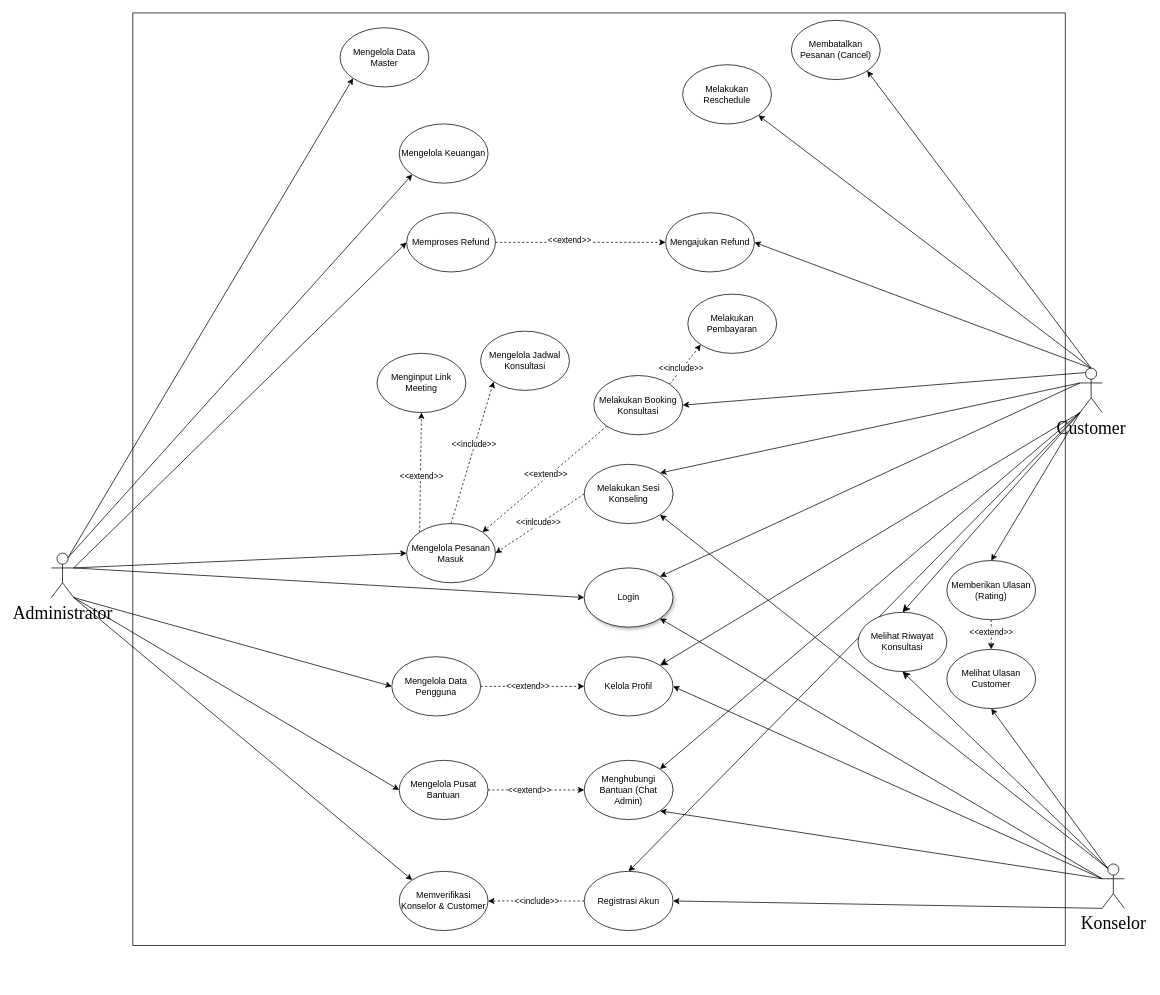
UlulAzmiALatala/moodly-app keeps this draw.io diagram as Use Case Diagram.drawio. Above is the earlier version. Source tidied: cells renumbered, new cells numbered last; positions are measured from the earlier drawing's top-left corner, leaving out a move shared by most shapes. Both pictures are drawn from the tidied source at 74%, with x=0, y=0 at pixel (51, 13).
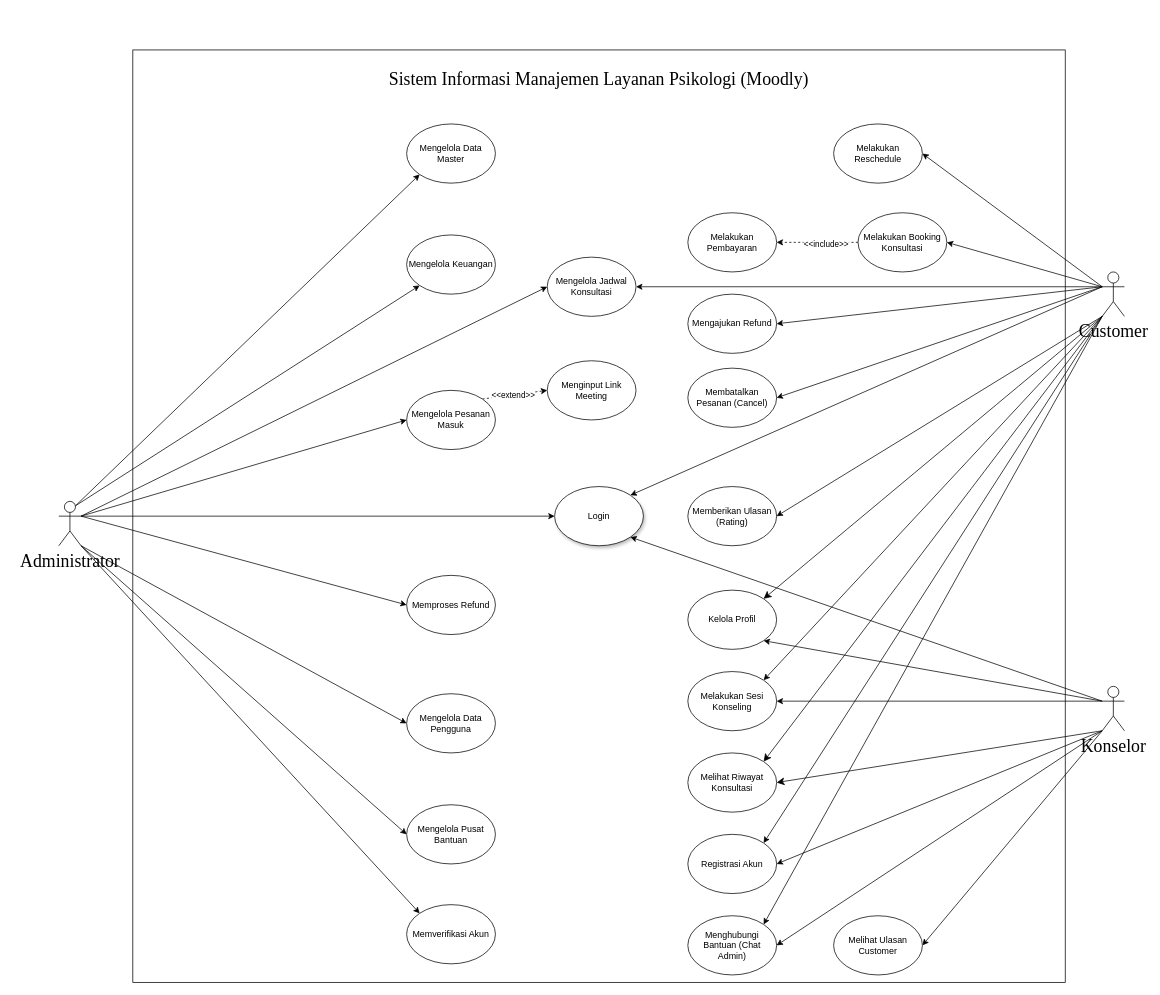
The same page after the edit.

The edit, as a diff of the source:
```diff
@@
     <mxCell id="2" style="whiteSpace=wrap;html=1;flipV=0;legacyAnchorPoints=0;flipH=1;" parent="1" vertex="1">
-      <mxGeometry x="110" width="1260" height="1260" as="geometry" />
+      <mxGeometry x="110" y="50" width="1260" height="1260" as="geometry" />
     </mxCell>
-    <mxCell id="3" style="rounded=0;jettySize=auto;html=1;exitX=0.25;exitY=0.1;exitDx=0;exitDy=0;exitPerimeter=0;entryX=1;entryY=0.5;entryDx=0;entryDy=0;" parent="1" edge="1" source="14" target="24">
-      <mxGeometry relative="1" as="geometry" />
+    <mxCell id="3" style="rounded=0;jettySize=auto;html=1;entryX=1;entryY=0.5;entryDx=0;entryDy=0;" parent="1" edge="1" target="24">
+      <mxGeometry relative="1" as="geometry">
+        <mxPoint x="1420" y="370" as="sourcePoint" />
+      </mxGeometry>
     </mxCell>
-    <mxCell id="4" style="rounded=0;jettySize=auto;html=1;exitX=0;exitY=0.3333333333333333;exitDx=0;exitDy=0;exitPerimeter=0;entryX=1;entryY=0;entryDx=0;entryDy=0;" parent="1" edge="1" source="14" target="27">
+    <mxCell id="4" style="rounded=0;jettySize=auto;html=1;exitX=0;exitY=1;exitDx=0;exitDy=0;exitPerimeter=0;entryX=1;entryY=0;entryDx=0;entryDy=0;" parent="1" edge="1" source="14" target="27">
       <mxGeometry relative="1" as="geometry" />
     </mxCell>
-    <mxCell id="5" style="rounded=0;jettySize=auto;html=1;exitX=0.5;exitY=0;exitDx=0;exitDy=0;exitPerimeter=0;entryX=1;entryY=1;entryDx=0;entryDy=0;" parent="1" edge="1" source="14" target="30">
+    <mxCell id="5" style="rounded=0;jettySize=auto;html=1;exitX=0;exitY=0.3333333333333333;exitDx=0;exitDy=0;exitPerimeter=0;entryX=1;entryY=0.5;entryDx=0;entryDy=0;" parent="1" edge="1" source="14" target="30">
       <mxGeometry relative="1" as="geometry" />
     </mxCell>
-    <mxCell id="6" style="rounded=0;jettySize=auto;html=1;exitX=0;exitY=1;exitDx=0;exitDy=0;exitPerimeter=0;entryX=0.5;entryY=0;entryDx=0;entryDy=0;" parent="1" edge="1" source="14" target="33">
+    <mxCell id="6" style="rounded=0;jettySize=auto;html=1;exitX=0;exitY=1;exitDx=0;exitDy=0;exitPerimeter=0;entryX=1;entryY=0.5;entryDx=0;entryDy=0;" parent="1" edge="1" source="14" target="33">
       <mxGeometry relative="1" as="geometry" />
     </mxCell>
@@
-    <mxCell id="8" style="rounded=0;jettySize=auto;html=1;exitX=0;exitY=1;exitDx=0;exitDy=0;exitPerimeter=0;entryX=0.5;entryY=0;entryDx=0;entryDy=0;" parent="1" edge="1" source="14" target="19">
+    <mxCell id="8" style="rounded=0;jettySize=auto;html=1;exitX=0;exitY=1;exitDx=0;exitDy=0;exitPerimeter=0;entryX=1;entryY=0;entryDx=0;entryDy=0;" parent="1" edge="1" source="14" target="19">
       <mxGeometry relative="1" as="geometry" />
     </mxCell>
@@
-    <mxCell id="10" style="rounded=0;jettySize=auto;html=1;exitX=0.5;exitY=0;exitDx=0;exitDy=0;exitPerimeter=0;entryX=1;entryY=1;entryDx=0;entryDy=0;" parent="1" edge="1" source="14" target="16">
+    <mxCell id="10" style="rounded=0;jettySize=auto;html=1;exitX=0;exitY=0.3333333333333333;exitDx=0;exitDy=0;exitPerimeter=0;entryX=1;entryY=0.5;entryDx=0;entryDy=0;" parent="1" edge="1" source="14" target="16">
       <mxGeometry relative="1" as="geometry" />
     </mxCell>
-    <mxCell id="11" style="rounded=0;jettySize=auto;html=1;exitX=0.5;exitY=0;exitDx=0;exitDy=0;exitPerimeter=0;entryX=1;entryY=0.5;entryDx=0;entryDy=0;" parent="1" edge="1" source="14" target="43">
+    <mxCell id="11" style="rounded=0;jettySize=auto;html=1;exitX=0;exitY=0.3333333333333333;exitDx=0;exitDy=0;exitPerimeter=0;entryX=1;entryY=0.5;entryDx=0;entryDy=0;" parent="1" edge="1" source="14" target="43">
       <mxGeometry relative="1" as="geometry" />
     </mxCell>
@@
-    <mxCell id="13" style="edgeStyle=none;curved=1;rounded=0;jettySize=auto;html=1;exitX=0;exitY=1;exitDx=0;exitDy=0;exitPerimeter=0;entryX=0.5;entryY=0;entryDx=0;entryDy=0;fontSize=12;startSize=8;endSize=8;" parent="1" edge="1" source="14" target="54">
+    <mxCell id="13" style="edgeStyle=none;curved=1;rounded=0;jettySize=auto;html=1;exitX=0;exitY=1;exitDx=0;exitDy=0;exitPerimeter=0;entryX=1;entryY=0;entryDx=0;entryDy=0;fontSize=12;startSize=8;endSize=8;" parent="1" edge="1" source="14" target="54">
       <mxGeometry relative="1" as="geometry" />
     </mxCell>
     <mxCell id="14" value="&lt;font face=&quot;Times New Roman&quot; style=&quot;font-size: 24px;&quot;&gt;Customer&lt;/font&gt;" style="shape=umlActor;verticalLabelPosition=bottom;verticalAlign=top;html=1;outlineConnect=0;" parent="1" vertex="1">
-      <mxGeometry x="1390" y="480" width="30" height="60" as="geometry" />
+      <mxGeometry x="1420" y="350" width="30" height="60" as="geometry" />
     </mxCell>
     <mxCell id="15" value="Login" style="ellipse;whiteSpace=wrap;html=1;shadow=1;" parent="1" vertex="1">
-      <mxGeometry x="720" y="750" width="120" height="80" as="geometry" />
+      <mxGeometry x="680" y="640" width="120" height="80" as="geometry" />
     </mxCell>
     <mxCell id="16" value="Melakukan Reschedule" style="ellipse;whiteSpace=wrap;html=1;" parent="1" vertex="1">
-      <mxGeometry x="853" y="70" width="120" height="80" as="geometry" />
+      <mxGeometry x="1057" y="150" width="120" height="80" as="geometry" />
     </mxCell>
-    <mxCell id="17" style="rounded=0;jettySize=auto;html=1;exitX=0;exitY=0.5;exitDx=0;exitDy=0;entryX=1;entryY=0.5;entryDx=0;entryDy=0;dashed=1;" parent="1" edge="1" source="19" target="65">
-      <mxGeometry relative="1" as="geometry" />
-    </mxCell>
-    <mxCell id="18" value="&amp;lt;&amp;lt;include&amp;gt;&amp;gt;" style="edgeLabel;html=1;align=center;verticalAlign=middle;" parent="17" vertex="1">
-      <mxGeometry y="2" relative="1" as="geometry">
-        <mxPoint y="-2" as="offset" />
-      </mxGeometry>
-    </mxCell>
     <mxCell id="19" value="Registrasi Akun" style="ellipse;whiteSpace=wrap;html=1;" parent="1" vertex="1">
-      <mxGeometry x="720" y="1160" width="120" height="80" as="geometry" />
+      <mxGeometry x="860" y="1110" width="120" height="80" as="geometry" />
     </mxCell>
-    <mxCell id="20" style="rounded=0;jettySize=auto;html=1;entryX=0;entryY=1;entryDx=0;entryDy=0;dashed=1;exitX=1;exitY=0;exitDx=0;exitDy=0;" parent="1" edge="1" source="24" target="29">
+    <mxCell id="20" style="rounded=0;jettySize=auto;html=1;entryX=1;entryY=0.5;entryDx=0;entryDy=0;dashed=1;exitX=0;exitY=0.5;exitDx=0;exitDy=0;" parent="1" edge="1" source="24" target="29">
       <mxGeometry relative="1" as="geometry" />
     </mxCell>
@@
-    <mxCell id="22" style="rounded=0;jettySize=auto;html=1;exitX=0;exitY=1;exitDx=0;exitDy=0;entryX=1;entryY=0;entryDx=0;entryDy=0;dashed=1;" parent="1" edge="1" source="24" target="63">
-      <mxGeometry relative="1" as="geometry" />
-    </mxCell>
-    <mxCell id="23" value="&amp;lt;&amp;lt;extend&amp;gt;&amp;gt;" style="edgeLabel;html=1;align=center;verticalAlign=middle;" parent="22" vertex="1">
-      <mxGeometry x="-0.04" y="-3" relative="1" as="geometry">
-        <mxPoint y="-1" as="offset" />
-      </mxGeometry>
-    </mxCell>
     <mxCell id="24" value="Melakukan Booking Konsultasi" style="ellipse;whiteSpace=wrap;html=1;" parent="1" vertex="1">
-      <mxGeometry x="733" y="490" width="120" height="80" as="geometry" />
+      <mxGeometry x="1090" y="270" width="120" height="80" as="geometry" />
     </mxCell>
-    <mxCell id="25" style="rounded=0;jettySize=auto;html=1;exitX=0;exitY=0.5;exitDx=0;exitDy=0;entryX=1;entryY=0.5;entryDx=0;entryDy=0;dashed=1;" parent="1" edge="1" source="27" target="63">
-      <mxGeometry relative="1" as="geometry" />
-    </mxCell>
-    <mxCell id="26" value="&amp;lt;&amp;lt;inlcude&amp;gt;&amp;gt;" style="edgeLabel;html=1;align=center;verticalAlign=middle;" parent="25" vertex="1">
-      <mxGeometry y="-2" relative="1" as="geometry">
-        <mxPoint x="-1" as="offset" />
-      </mxGeometry>
-    </mxCell>
-    <mxCell id="27" value="&lt;p&gt;Melakukan Sesi Konseling&lt;/p&gt;" style="ellipse;whiteSpace=wrap;html=1;" parent="1" vertex="1">
-      <mxGeometry x="720" y="610" width="120" height="80" as="geometry" />
-    </mxCell>
     <mxCell id="28" value="Kelola Profil" style="ellipse;whiteSpace=wrap;html=1;" parent="1" vertex="1">
-      <mxGeometry x="720" y="870" width="120" height="80" as="geometry" />
+      <mxGeometry x="860" y="780" width="120" height="80" as="geometry" />
     </mxCell>
     <mxCell id="29" value="Melakukan Pembayaran" style="ellipse;whiteSpace=wrap;html=1;" parent="1" vertex="1">
-      <mxGeometry x="860" y="380" width="120" height="80" as="geometry" />
+      <mxGeometry x="860" y="270" width="120" height="80" as="geometry" />
     </mxCell>
     <mxCell id="30" value="Membatalkan Pesanan (Cancel)" style="ellipse;whiteSpace=wrap;html=1;" parent="1" vertex="1">
-      <mxGeometry x="1000" y="10" width="120" height="80" as="geometry" />
+      <mxGeometry x="860" y="480" width="120" height="80" as="geometry" />
     </mxCell>
-    <mxCell id="31" style="rounded=0;jettySize=auto;html=1;exitX=0.5;exitY=1;exitDx=0;exitDy=0;entryX=0.5;entryY=0;entryDx=0;entryDy=0;dashed=1;" parent="1" edge="1" source="33" target="52">
-      <mxGeometry relative="1" as="geometry" />
-    </mxCell>
-    <mxCell id="32" value="&amp;lt;&amp;lt;extend&amp;gt;&amp;gt;" style="edgeLabel;html=1;align=center;verticalAlign=middle;" parent="31" vertex="1">
-      <mxGeometry x="-0.14" y="-1" relative="1" as="geometry">
-        <mxPoint y="-1" as="offset" />
-      </mxGeometry>
-    </mxCell>
     <mxCell id="33" value="Memberikan Ulasan (Rating)" style="ellipse;whiteSpace=wrap;html=1;" parent="1" vertex="1">
-      <mxGeometry x="1210" y="740" width="120" height="80" as="geometry" />
+      <mxGeometry x="860" y="640" width="120" height="80" as="geometry" />
     </mxCell>
     <mxCell id="34" style="edgeStyle=orthogonalEdgeStyle;rounded=0;orthogonalLoop=1;jettySize=auto;html=1;exitX=0.5;exitY=1;exitDx=0;exitDy=0;" parent="1" edge="1">
       <mxGeometry relative="1" as="geometry">
-        <mxPoint x="1120" y="390" as="sourcePoint" />
-        <mxPoint x="1120" y="390" as="targetPoint" />
+        <mxPoint x="1120" y="440" as="sourcePoint" />
+        <mxPoint x="1120" y="440" as="targetPoint" />
       </mxGeometry>
     </mxCell>
@@
-    <mxCell id="36" style="rounded=0;jettySize=auto;html=1;exitX=0;exitY=0.3333333333333333;exitDx=0;exitDy=0;exitPerimeter=0;entryX=1;entryY=0.5;entryDx=0;entryDy=0;" parent="1" edge="1" source="42" target="28">
+    <mxCell id="36" style="rounded=0;jettySize=auto;html=1;exitX=0;exitY=0.3333333333333333;exitDx=0;exitDy=0;exitPerimeter=0;entryX=1;entryY=1;entryDx=0;entryDy=0;" parent="1" edge="1" source="42" target="28">
       <mxGeometry relative="1" as="geometry" />
     </mxCell>
-    <mxCell id="37" style="rounded=0;jettySize=auto;html=1;exitX=0.25;exitY=0.1;exitDx=0;exitDy=0;exitPerimeter=0;entryX=0.5;entryY=1;entryDx=0;entryDy=0;" parent="1" edge="1" source="42" target="52">
+    <mxCell id="37" style="rounded=0;jettySize=auto;html=1;exitX=0;exitY=1;exitDx=0;exitDy=0;exitPerimeter=0;entryX=1;entryY=0.5;entryDx=0;entryDy=0;" parent="1" edge="1" source="42" target="52">
       <mxGeometry relative="1" as="geometry" />
     </mxCell>
@@
-    <mxCell id="39" style="rounded=0;jettySize=auto;html=1;exitX=0;exitY=0.3333333333333333;exitDx=0;exitDy=0;exitPerimeter=0;entryX=1;entryY=1;entryDx=0;entryDy=0;" parent="1" edge="1" source="42" target="73">
+    <mxCell id="39" style="rounded=0;jettySize=auto;html=1;exitX=0;exitY=1;exitDx=0;exitDy=0;exitPerimeter=0;entryX=1;entryY=0.5;entryDx=0;entryDy=0;" parent="1" edge="1" source="42" target="73">
       <mxGeometry relative="1" as="geometry" />
     </mxCell>
-    <mxCell id="40" style="rounded=0;jettySize=auto;html=1;exitX=0.25;exitY=0.1;exitDx=0;exitDy=0;exitPerimeter=0;entryX=1;entryY=1;entryDx=0;entryDy=0;" parent="1" edge="1" source="42" target="27">
+    <mxCell id="40" style="rounded=0;jettySize=auto;html=1;exitX=0;exitY=0.3333333333333333;exitDx=0;exitDy=0;exitPerimeter=0;entryX=1;entryY=0.5;entryDx=0;entryDy=0;" parent="1" edge="1" source="42" target="27">
       <mxGeometry relative="1" as="geometry" />
     </mxCell>
-    <mxCell id="41" style="edgeStyle=none;curved=1;rounded=0;jettySize=auto;html=1;exitX=0.25;exitY=0.1;exitDx=0;exitDy=0;exitPerimeter=0;entryX=0.5;entryY=1;entryDx=0;entryDy=0;fontSize=12;startSize=8;endSize=8;" parent="1" edge="1" source="42" target="54">
+    <mxCell id="41" style="edgeStyle=none;curved=1;rounded=0;jettySize=auto;html=1;exitX=0;exitY=1;exitDx=0;exitDy=0;exitPerimeter=0;entryX=1;entryY=0.5;entryDx=0;entryDy=0;fontSize=12;startSize=8;endSize=8;" parent="1" edge="1" source="42" target="54">
       <mxGeometry relative="1" as="geometry" />
     </mxCell>
     <mxCell id="42" value="&lt;font face=&quot;Times New Roman&quot; style=&quot;font-size: 24px;&quot;&gt;Konselor&lt;/font&gt;" style="shape=umlActor;verticalLabelPosition=bottom;verticalAlign=top;html=1;outlineConnect=0;" parent="1" vertex="1">
-      <mxGeometry x="1420" y="1150" width="30" height="60" as="geometry" />
+      <mxGeometry x="1420" y="910" width="30" height="60" as="geometry" />
     </mxCell>
     <mxCell id="43" value="Mengajukan Refund" style="ellipse;whiteSpace=wrap;html=1;" parent="1" vertex="1">
-      <mxGeometry x="830" y="270" width="120" height="80" as="geometry" />
+      <mxGeometry x="860" y="380" width="120" height="80" as="geometry" />
     </mxCell>
@@
     <mxCell id="51" value="&lt;font face=&quot;Times New Roman&quot; style=&quot;font-size: 24px;&quot;&gt;Administrator&lt;/font&gt;" style="shape=umlActor;verticalLabelPosition=bottom;verticalAlign=top;html=1;outlineConnect=0;" parent="1" vertex="1">
-      <mxGeometry y="730" width="30" height="60" as="geometry" />
+      <mxGeometry x="10" y="660" width="30" height="60" as="geometry" />
     </mxCell>
     <mxCell id="52" value="Melihat Ulasan Customer" style="ellipse;whiteSpace=wrap;html=1;" parent="1" vertex="1">
-      <mxGeometry x="1210" y="860" width="120" height="80" as="geometry" />
+      <mxGeometry x="1057" y="1220" width="120" height="80" as="geometry" />
     </mxCell>
     <mxCell id="53" value="Mengelola Jadwal Konsultasi" style="ellipse;whiteSpace=wrap;html=1;" parent="1" vertex="1">
-      <mxGeometry x="580" y="430" width="120" height="80" as="geometry" />
+      <mxGeometry x="670" y="330" width="120" height="80" as="geometry" />
     </mxCell>
     <mxCell id="54" value="Melihat Riwayat Konsultasi" style="ellipse;whiteSpace=wrap;html=1;" parent="1" vertex="1">
-      <mxGeometry x="1090" y="810" width="120" height="80" as="geometry" />
+      <mxGeometry x="860" y="1000" width="120" height="80" as="geometry" />
     </mxCell>
-    <mxCell id="55" style="rounded=0;jettySize=auto;html=1;exitX=1;exitY=0.5;exitDx=0;exitDy=0;entryX=0;entryY=0.5;entryDx=0;entryDy=0;dashed=1;" parent="1" edge="1" source="57" target="28">
-      <mxGeometry relative="1" as="geometry" />
-    </mxCell>
-    <mxCell id="56" value="&amp;lt;&amp;lt;extend&amp;gt;&amp;gt;" style="edgeLabel;html=1;align=center;verticalAlign=middle;" parent="55" vertex="1">
-      <mxGeometry x="-0.08" y="1" relative="1" as="geometry">
-        <mxPoint x="-1" as="offset" />
-      </mxGeometry>
-    </mxCell>
     <mxCell id="57" value="Mengelola Data Pengguna" style="ellipse;whiteSpace=wrap;html=1;" parent="1" vertex="1">
-      <mxGeometry x="460" y="870" width="120" height="80" as="geometry" />
+      <mxGeometry x="480" y="920" width="120" height="80" as="geometry" />
     </mxCell>
     <mxCell id="58" value="Mengelola Data Master" style="ellipse;whiteSpace=wrap;html=1;" parent="1" vertex="1">
-      <mxGeometry x="390" y="20" width="120" height="80" as="geometry" />
+      <mxGeometry x="480" y="150" width="120" height="80" as="geometry" />
     </mxCell>
-    <mxCell id="59" style="rounded=0;jettySize=auto;html=1;exitX=0;exitY=0;exitDx=0;exitDy=0;entryX=0.5;entryY=1;entryDx=0;entryDy=0;dashed=1;" parent="1" edge="1" source="63" target="64">
+    <mxCell id="59" style="rounded=0;jettySize=auto;html=1;exitX=1;exitY=0;exitDx=0;exitDy=0;entryX=0;entryY=0.5;entryDx=0;entryDy=0;dashed=1;" parent="1" edge="1" source="63" target="64">
       <mxGeometry relative="1" as="geometry" />
     </mxCell>
@@
-    <mxCell id="61" style="rounded=0;jettySize=auto;html=1;exitX=0.5;exitY=0;exitDx=0;exitDy=0;entryX=0;entryY=1;entryDx=0;entryDy=0;dashed=1;" parent="1" edge="1" source="63" target="53">
+    <mxCell id="61" style="rounded=0;jettySize=auto;html=1;exitX=1;exitY=0.3333333333333333;exitDx=0;exitDy=0;exitPerimeter=0;entryX=0;entryY=0.5;entryDx=0;entryDy=0;" parent="1" edge="1" source="51" target="53">
       <mxGeometry relative="1" as="geometry" />
     </mxCell>
-    <mxCell id="62" value="&amp;lt;&amp;lt;include&amp;gt;&amp;gt;" style="edgeLabel;html=1;align=center;verticalAlign=middle;" parent="61" vertex="1">
-      <mxGeometry x="0.12" y="2" relative="1" as="geometry" />
-    </mxCell>
     <mxCell id="63" value="Mengelola Pesanan Masuk" style="ellipse;whiteSpace=wrap;html=1;" parent="1" vertex="1">
-      <mxGeometry x="480" y="690" width="120" height="80" as="geometry" />
+      <mxGeometry x="480" y="510" width="120" height="80" as="geometry" />
     </mxCell>
     <mxCell id="64" value="Menginput Link Meeting" style="ellipse;whiteSpace=wrap;html=1;" parent="1" vertex="1">
-      <mxGeometry x="440" y="460" width="120" height="80" as="geometry" />
+      <mxGeometry x="670" y="470" width="120" height="80" as="geometry" />
     </mxCell>
-    <mxCell id="65" value="Memverifikasi Konselor &amp;amp; Customer" style="ellipse;whiteSpace=wrap;html=1;" parent="1" vertex="1">
-      <mxGeometry x="470" y="1160" width="120" height="80" as="geometry" />
+    <mxCell id="65" value="Memverifikasi Akun" style="ellipse;whiteSpace=wrap;html=1;" parent="1" vertex="1">
+      <mxGeometry x="480" y="1205" width="120" height="80" as="geometry" />
     </mxCell>
-    <mxCell id="66" style="rounded=0;jettySize=auto;html=1;exitX=1;exitY=0.5;exitDx=0;exitDy=0;entryX=0;entryY=0.5;entryDx=0;entryDy=0;dashed=1;" parent="1" edge="1" source="68" target="73">
-      <mxGeometry relative="1" as="geometry" />
-    </mxCell>
-    <mxCell id="67" value="&amp;lt;&amp;lt;extend&amp;gt;&amp;gt;" style="edgeLabel;html=1;align=center;verticalAlign=middle;" parent="66" vertex="1">
-      <mxGeometry x="-0.14" y="1" relative="1" as="geometry">
-        <mxPoint x="-1" as="offset" />
-      </mxGeometry>
-    </mxCell>
     <mxCell id="68" value="Mengelola Pusat Bantuan" style="ellipse;whiteSpace=wrap;html=1;" parent="1" vertex="1">
-      <mxGeometry x="470" y="1010" width="120" height="80" as="geometry" />
+      <mxGeometry x="480" y="1070" width="120" height="80" as="geometry" />
     </mxCell>
@@
-    <mxCell id="70" style="rounded=0;jettySize=auto;html=1;exitX=1;exitY=0.5;exitDx=0;exitDy=0;entryX=0;entryY=0.5;entryDx=0;entryDy=0;dashed=1;" parent="1" edge="1" source="72" target="43">
-      <mxGeometry relative="1" as="geometry" />
-    </mxCell>
-    <mxCell id="71" value="&amp;lt;&amp;lt;extend&amp;gt;&amp;gt;" style="edgeLabel;html=1;align=center;verticalAlign=middle;" parent="70" vertex="1">
-      <mxGeometry x="-0.13" y="4" relative="1" as="geometry">
-        <mxPoint x="-1" as="offset" />
-      </mxGeometry>
-    </mxCell>
     <mxCell id="72" value="Memproses Refund" style="ellipse;whiteSpace=wrap;html=1;" parent="1" vertex="1">
-      <mxGeometry x="480" y="270" width="120" height="80" as="geometry" />
+      <mxGeometry x="480" y="760" width="120" height="80" as="geometry" />
     </mxCell>
     <mxCell id="73" value="Menghubungi Bantuan (Chat Admin)" style="ellipse;whiteSpace=wrap;html=1;" parent="1" vertex="1">
-      <mxGeometry x="720" y="1010" width="120" height="80" as="geometry" />
+      <mxGeometry x="860" y="1220" width="120" height="80" as="geometry" />
     </mxCell>
     <mxCell id="74" value="Mengelola Keuangan" style="ellipse;whiteSpace=wrap;html=1;" parent="1" vertex="1">
-      <mxGeometry x="470" y="150" width="120" height="80" as="geometry" />
+      <mxGeometry x="480" y="300" width="120" height="80" as="geometry" />
     </mxCell>
+    <mxCell id="75" style="rounded=0;jettySize=auto;html=1;exitX=0;exitY=0.3333333333333333;exitDx=0;exitDy=0;exitPerimeter=0;entryX=1;entryY=0.5;entryDx=0;entryDy=0;" parent="1" edge="1" source="14" target="53">
+      <mxGeometry relative="1" as="geometry" />
+    </mxCell>
+    <mxCell id="27" value="&lt;p&gt;Melakukan Sesi Konseling&lt;/p&gt;" style="ellipse;whiteSpace=wrap;html=1;" parent="1" vertex="1">
+      <mxGeometry x="860" y="890" width="120" height="80" as="geometry" />
+    </mxCell>
+    <mxCell id="76" value="&lt;font face=&quot;Times New Roman&quot; style=&quot;font-size: 24px;&quot;&gt;Sistem Informasi Manajemen Layanan Psikologi (Moodly)&lt;/font&gt;" style="text;html=1;whiteSpace=wrap;strokeColor=none;fillColor=none;align=center;verticalAlign=middle;rounded=0;" parent="1" vertex="1">
+      <mxGeometry x="445" y="70" width="590" height="40" as="geometry" />
+    </mxCell>
```
